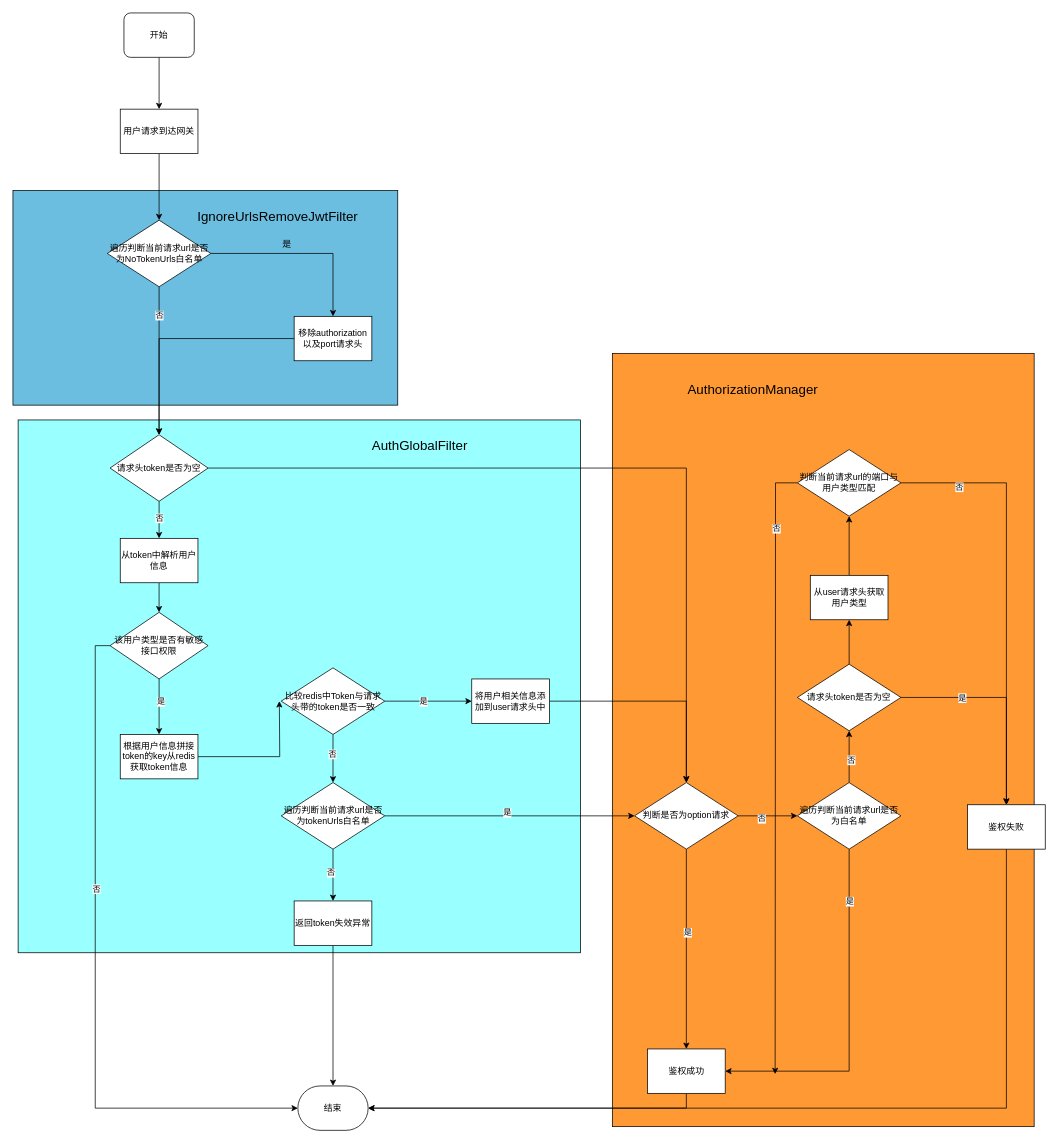
This is drawio/nct_auth.drawio from hl3482477/BigDataLearnIng, a draw.io file, before an edit. Source tidied: cells renumbered, new cells numbered last; positions are measured from the earlier drawing's top-left corner, leaving out a move shared by most shapes. Both pictures are drawn from the tidied source at 74%, with x=0, y=0 at pixel (13, 13).
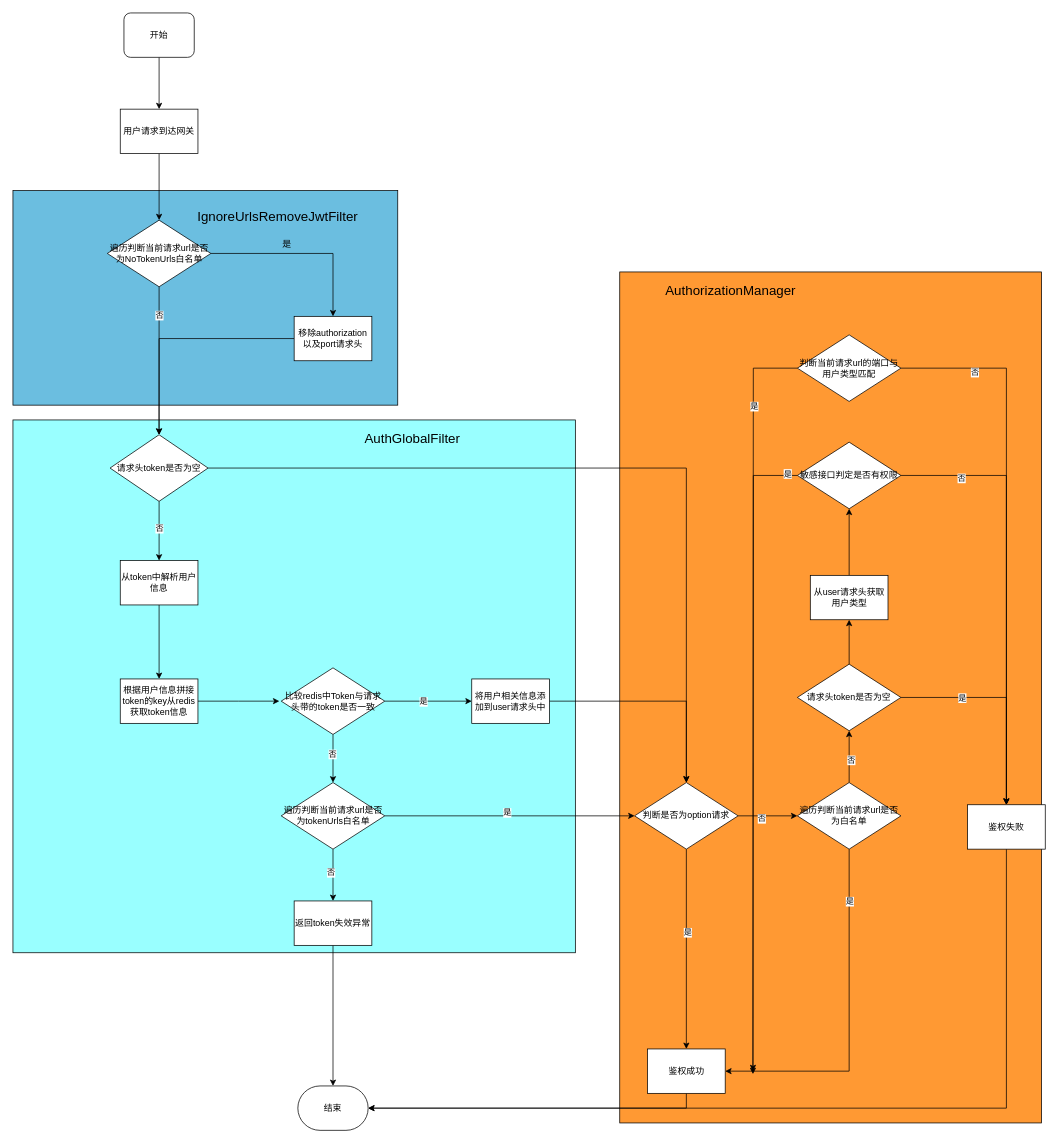
Above is the later version.

The change refers to these unchanged cells:
```xml
<mxCell id="44" value="遍历判断当前请求url是否为白名单" style="rhombus;whiteSpace=wrap;html=1;" parent="1" vertex="1">
  <mxGeometry x="1060" y="1040" width="140" height="90" as="geometry" />
</mxCell>
<mxCell id="50" value="从user请求头获取用户类型" style="rounded=0;whiteSpace=wrap;html=1;" parent="1" vertex="1">
  <mxGeometry x="1077.5" y="760" width="105" height="60" as="geometry" />
</mxCell>
<mxCell id="58" value="结束" style="rounded=1;whiteSpace=wrap;html=1;arcSize=50;" parent="1" vertex="1">
  <mxGeometry x="385" y="1450" width="95" height="60" as="geometry" />
</mxCell>
<mxCell id="63" value="鉴权成功" style="rounded=0;whiteSpace=wrap;html=1;" parent="1" vertex="1">
  <mxGeometry x="857.5" y="1400" width="105" height="60" as="geometry" />
</mxCell>
<mxCell id="65" value="鉴权失败" style="rounded=0;whiteSpace=wrap;html=1;" parent="1" vertex="1">
  <mxGeometry x="1290" y="1070" width="105" height="60" as="geometry" />
</mxCell>
```

Diff of the diagram source:
```diff
@@
     <mxCell id="2" style="rounded=0;whiteSpace=wrap;html=1;fillColor=#FF9933;" parent="1" vertex="1">
-      <mxGeometry x="810" y="460" width="570" height="1045" as="geometry" />
+      <mxGeometry x="820" y="350" width="570" height="1150" as="geometry" />
     </mxCell>
     <mxCell id="3" style="rounded=0;whiteSpace=wrap;html=1;fillColor=#99FFFF;" parent="1" vertex="1">
-      <mxGeometry x="7" y="550" width="760" height="720" as="geometry" />
+      <mxGeometry y="550" width="760" height="720" as="geometry" />
     </mxCell>
@@
-    <mxCell id="19" style="edgeStyle=orthogonalEdgeStyle;rounded=0;jettySize=auto;html=1;exitX=0.5;exitY=1;exitDx=0;exitDy=0;entryX=0.5;entryY=0;entryDx=0;entryDy=0;" parent="1" edge="1" source="20" target="71">
-      <mxGeometry relative="1" as="geometry" />
-    </mxCell>
+    <mxCell id="72" style="edgeStyle=orthogonalEdgeStyle;rounded=0;jettySize=auto;html=1;exitX=0.5;exitY=1;exitDx=0;exitDy=0;" parent="1" edge="1" source="20" target="22">
+      <mxGeometry relative="1" as="geometry" />
+    </mxCell>
     <mxCell id="20" value="从token中解析用户信息" style="rounded=0;whiteSpace=wrap;html=1;" parent="1" vertex="1">
-      <mxGeometry x="145" y="710" width="105" height="60" as="geometry" />
+      <mxGeometry x="145" y="740" width="105" height="60" as="geometry" />
     </mxCell>
@@
     <mxCell id="22" value="根据用户信息拼接token的key从redis获取token信息" style="rounded=0;whiteSpace=wrap;html=1;" parent="1" vertex="1">
-      <mxGeometry x="145" y="975" width="105" height="60" as="geometry" />
+      <mxGeometry x="145" y="900" width="105" height="60" as="geometry" />
     </mxCell>
@@
     <mxCell id="40" style="edgeStyle=orthogonalEdgeStyle;rounded=0;jettySize=auto;html=1;exitX=0.5;exitY=1;exitDx=0;exitDy=0;entryX=1;entryY=0.5;entryDx=0;entryDy=0;" parent="1" edge="1" source="44" target="63">
-      <mxGeometry relative="1" as="geometry" />
+      <mxGeometry relative="1" as="geometry">
+        <Array as="points">
+          <mxPoint x="1130" y="1430" />
+        </Array>
+      </mxGeometry>
     </mxCell>
@@
-    <mxCell id="49" style="edgeStyle=orthogonalEdgeStyle;rounded=0;jettySize=auto;html=1;" parent="1" edge="1" source="50" target="55">
-      <mxGeometry relative="1" as="geometry" />
-    </mxCell>
+    <mxCell id="73" style="edgeStyle=orthogonalEdgeStyle;rounded=0;jettySize=auto;html=1;exitX=0.5;exitY=0;exitDx=0;exitDy=0;entryX=0.5;entryY=1;entryDx=0;entryDy=0;" parent="1" edge="1" source="50" target="76">
+      <mxGeometry relative="1" as="geometry" />
+    </mxCell>
@@
     <mxCell id="53" style="edgeStyle=orthogonalEdgeStyle;rounded=0;jettySize=auto;html=1;exitX=0;exitY=0.5;exitDx=0;exitDy=0;" parent="1" edge="1" source="55">
       <mxGeometry relative="1" as="geometry">
-        <mxPoint x="1030" y="1434" as="targetPoint" />
+        <mxPoint x="1000" y="1434" as="targetPoint" />
       </mxGeometry>
     </mxCell>
-    <mxCell id="54" value="否" style="edgeLabel;html=1;align=center;verticalAlign=middle;" parent="53" vertex="1">
+    <mxCell id="54" value="是" style="edgeLabel;html=1;align=center;verticalAlign=middle;" parent="53" vertex="1">
       <mxGeometry x="-0.78" y="1" relative="1" as="geometry" />
     </mxCell>
     <mxCell id="55" value="判断当前请求url的端口与用户类型匹配" style="rhombus;whiteSpace=wrap;html=1;" parent="1" vertex="1">
-      <mxGeometry x="1060" y="590" width="140" height="90" as="geometry" />
+      <mxGeometry x="1060" y="435" width="140" height="90" as="geometry" />
     </mxCell>
@@
     <mxCell id="61" value="&lt;font style=&quot;font-size: 18px;&quot;&gt;AuthGlobalFilter&lt;/font&gt;" style="text;html=1;strokeColor=none;fillColor=none;align=center;verticalAlign=middle;whiteSpace=wrap;rounded=0;" parent="1" vertex="1">
-      <mxGeometry x="520" y="570" width="60" height="30" as="geometry" />
+      <mxGeometry x="510" y="560" width="60" height="30" as="geometry" />
     </mxCell>
@@
     <mxCell id="66" value="&lt;font style=&quot;font-size: 18px;&quot;&gt;AuthorizationManager&lt;/font&gt;" style="text;html=1;strokeColor=none;fillColor=none;align=center;verticalAlign=middle;whiteSpace=wrap;rounded=0;" parent="1" vertex="1">
-      <mxGeometry x="970" y="495" width="60" height="30" as="geometry" />
+      <mxGeometry x="940" y="360" width="60" height="30" as="geometry" />
     </mxCell>
-    <mxCell id="67" style="edgeStyle=orthogonalEdgeStyle;rounded=0;jettySize=auto;html=1;exitX=0;exitY=0.5;exitDx=0;exitDy=0;entryX=0;entryY=0.5;entryDx=0;entryDy=0;" parent="1" edge="1" source="71" target="58">
-      <mxGeometry relative="1" as="geometry" />
-    </mxCell>
+    <mxCell id="74" style="edgeStyle=orthogonalEdgeStyle;rounded=0;jettySize=auto;html=1;exitX=1;exitY=0.5;exitDx=0;exitDy=0;entryX=0.5;entryY=0;entryDx=0;entryDy=0;" parent="1" edge="1" source="76" target="65">
+      <mxGeometry relative="1" as="geometry" />
+    </mxCell>
-    <mxCell id="68" value="否" style="edgeLabel;html=1;align=center;verticalAlign=middle;" parent="67" vertex="1">
-      <mxGeometry x="-0.24" y="1" relative="1" as="geometry">
-        <mxPoint y="-1" as="offset" />
+    <mxCell id="68" value="否" style="edgeLabel;html=1;align=center;verticalAlign=middle;" parent="74" vertex="1">
+      <mxGeometry x="-0.72" y="-3" relative="1" as="geometry">
+        <mxPoint x="-1" as="offset" />
       </mxGeometry>
     </mxCell>
-    <mxCell id="69" style="edgeStyle=orthogonalEdgeStyle;rounded=0;jettySize=auto;html=1;" parent="1" edge="1" source="71" target="22">
-      <mxGeometry relative="1" as="geometry" />
-    </mxCell>
+    <mxCell id="75" style="edgeStyle=orthogonalEdgeStyle;rounded=0;jettySize=auto;html=1;exitX=0;exitY=0.5;exitDx=0;exitDy=0;" parent="1" edge="1" source="76">
+      <mxGeometry relative="1" as="geometry">
+        <mxPoint x="1000" y="1430" as="targetPoint" />
+      </mxGeometry>
+    </mxCell>
-    <mxCell id="70" value="是" style="edgeLabel;html=1;align=center;verticalAlign=middle;" parent="69" vertex="1">
-      <mxGeometry x="-0.14" y="2" relative="1" as="geometry">
-        <mxPoint y="-1" as="offset" />
+    <mxCell id="70" value="是" style="edgeLabel;html=1;align=center;verticalAlign=middle;" parent="75" vertex="1">
+      <mxGeometry x="-0.97" y="-3" relative="1" as="geometry">
+        <mxPoint x="-1" as="offset" />
       </mxGeometry>
     </mxCell>
-    <mxCell id="71" value="该用户类型是否有敏感接口权限" style="rhombus;whiteSpace=wrap;html=1;" parent="1" vertex="1">
-      <mxGeometry x="131.2" y="810" width="132.5" height="90" as="geometry" />
-    </mxCell>
+    <mxCell id="76" value="敏感接口判定是否有权限" style="rhombus;whiteSpace=wrap;html=1;" parent="1" vertex="1">
+      <mxGeometry x="1060" y="580" width="140" height="90" as="geometry" />
+    </mxCell>
```
